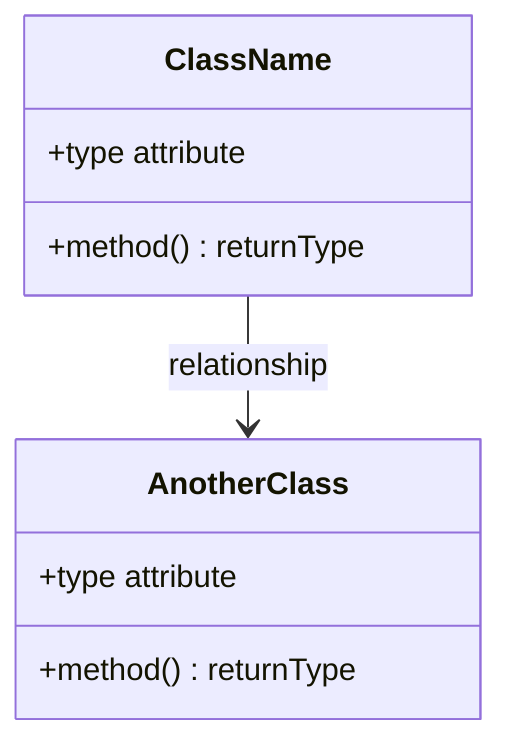
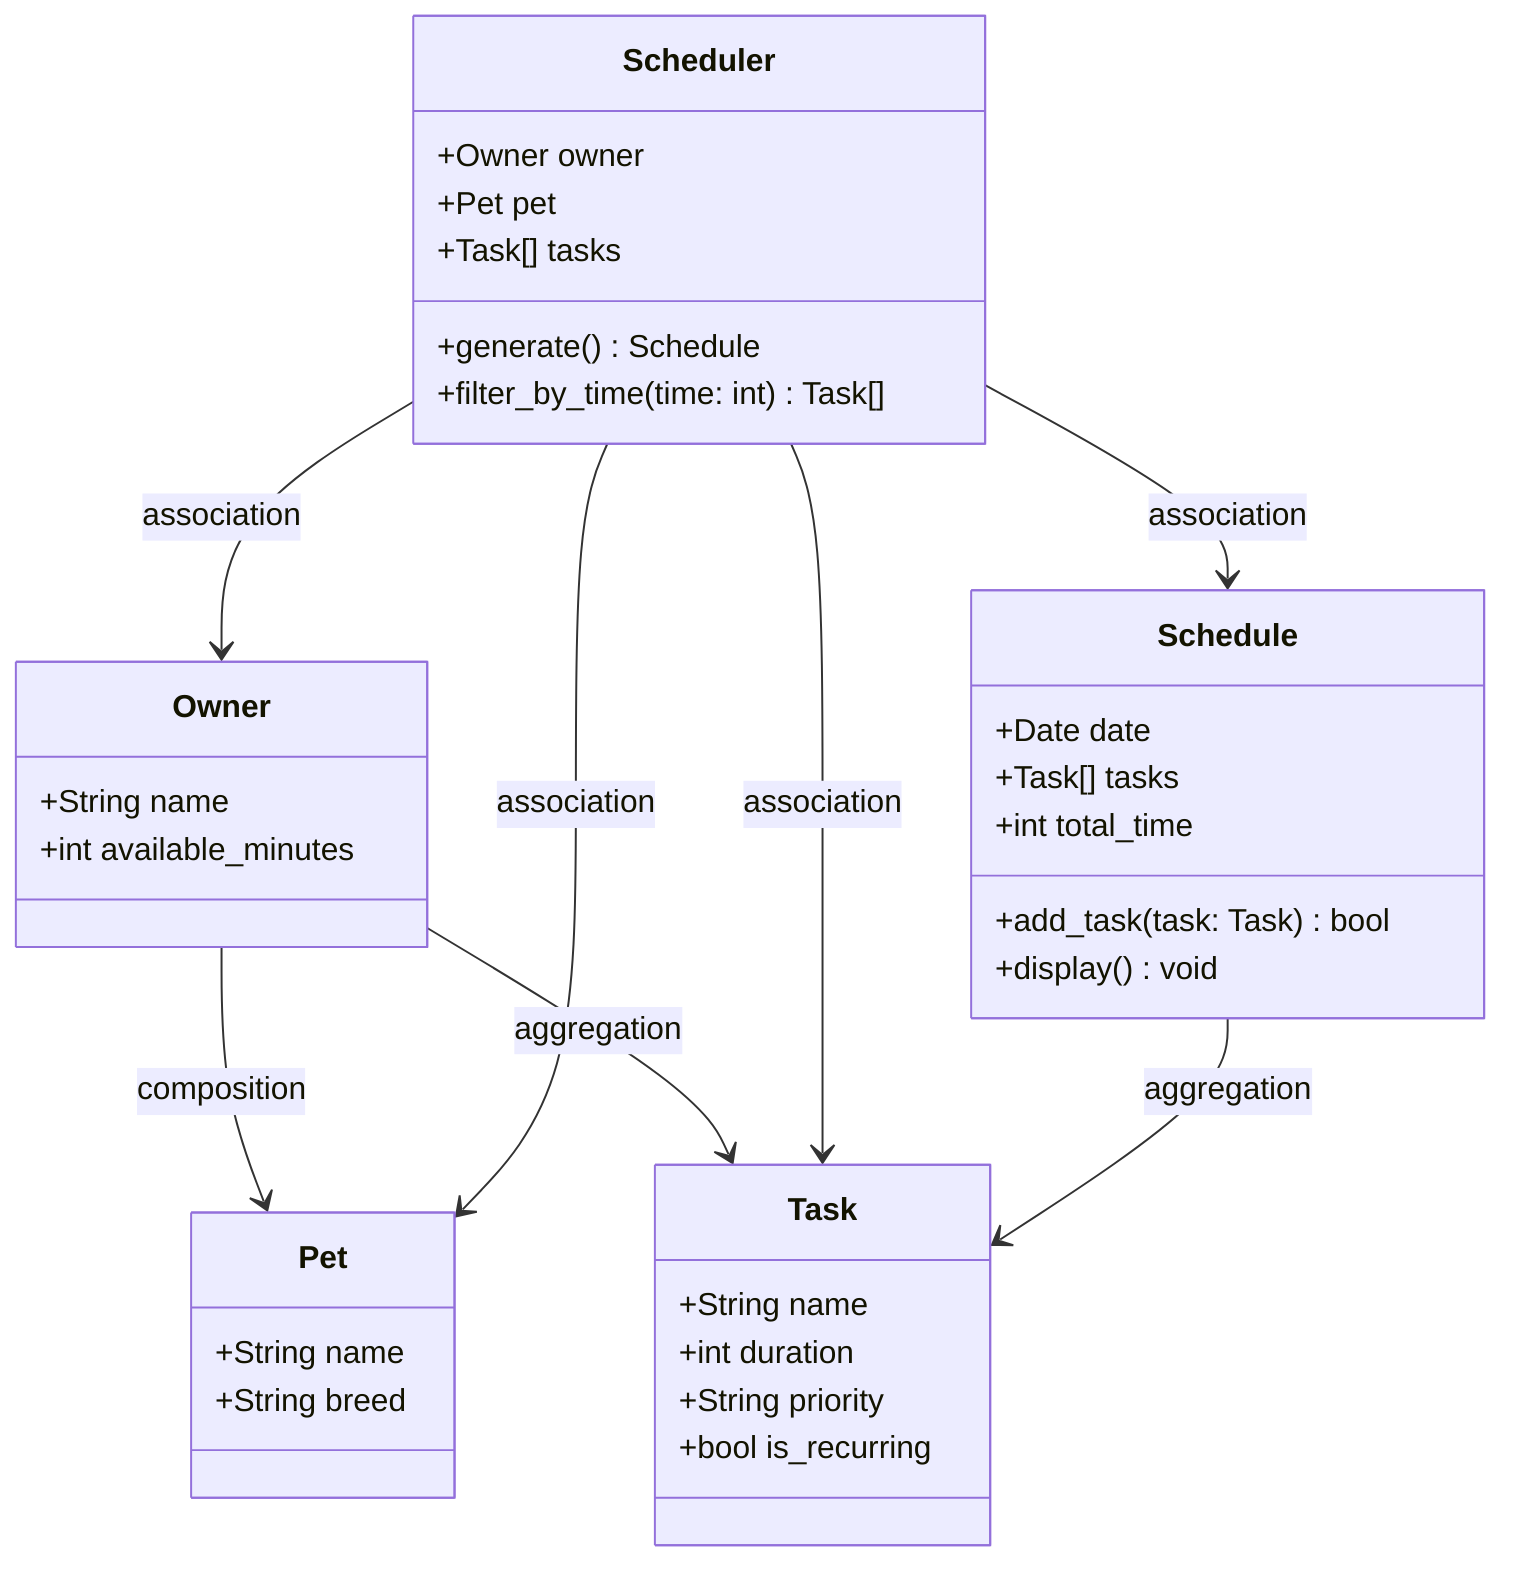
classDiagram
    %% Replace the placeholders below with your actual classes, attributes, methods, and relationships.
    %% Keep this file updated so it matches your final implementation.

-     class ClassName {
-         +type attribute
-         +method() returnType
+     class Owner {
+         +String name
+         +int available_minutes
    }

-     class AnotherClass {
-         +type attribute
-         +method() returnType
+     class Pet {
+         +String name
+         +String breed
    }

-     ClassName --> AnotherClass : relationship
+     class Task{
+         +String name
+         +int duration
+         +String priority
+         +bool is_recurring
+     }
+ 
+     class Schedule{
+         +Date date
+         +Task[] tasks
+         +int total_time
+         +add_task(task: Task) bool
+         +display() void
+     }
+ 
+     class Scheduler{
+         +Owner owner
+         +Pet pet
+         +Task[] tasks
+         +generate() Schedule
+         +filter_by_time(time: int) Task[]
+     }
+ 
+ 
+     Owner --> Pet: composition
+     Owner --> Task: aggregation
+     Scheduler --> Owner: association
+     Scheduler --> Pet: association
+     Scheduler --> Task: association
+     Scheduler --> Schedule: association
+     Schedule --> Task: aggregation
